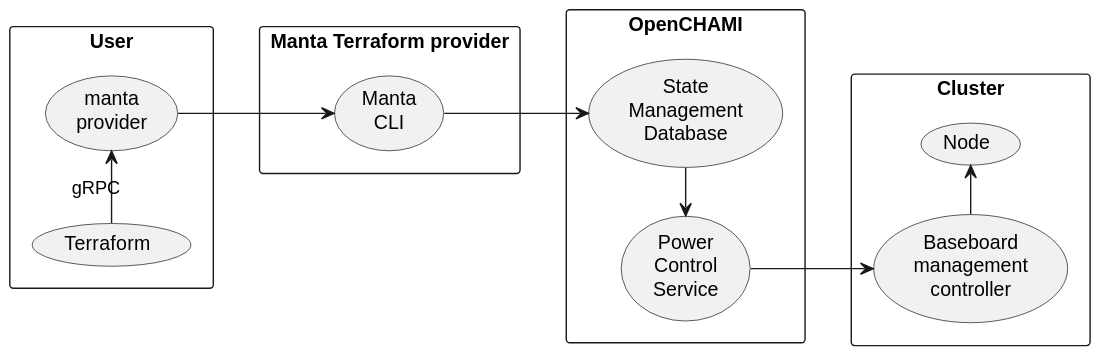
Before: assets/deployment-terraform-provider-manta.svg, a diagram exported from PlantUML (eth-cscs/terraform-provider-manta). Its source is kept beside it as assets/deployment-terraform-provider-manta.plantuml.
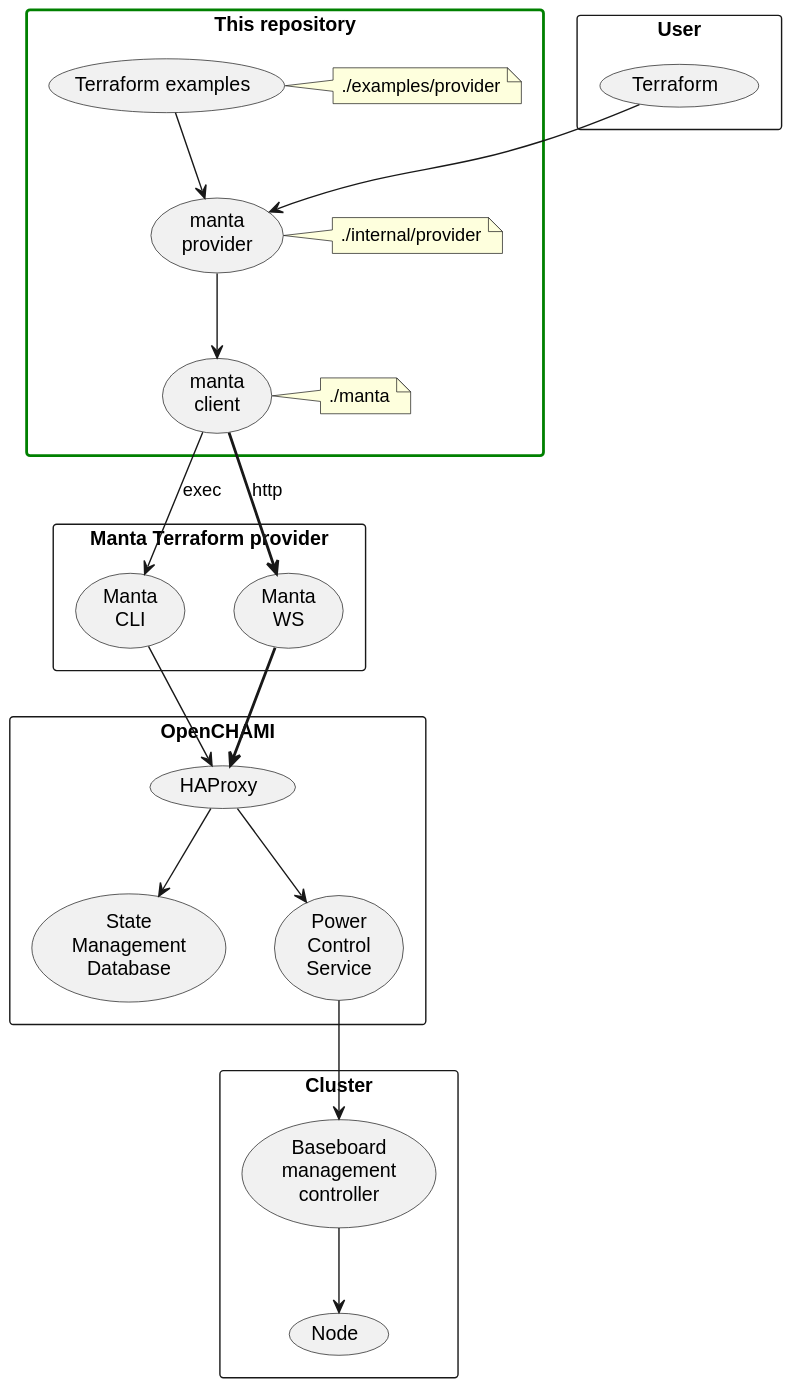
After the change.

Commit message:
docs: update deployment diagram

Change to the diagram source:
```diff
@@ -1,19 +1,27 @@
 @startuml
-
-left to right direction
 
 rectangle pc as "User" {
   (terraform) as "Terraform"
-  (terraform_provider) as "manta\nprovider"
+}
+
+rectangle repo as "This repository" #line.bold;line:green {
+  (terraform_examples) as "Terraform examples"
+  note right of terraform_examples: ./examples/provider
+  (terraform_manta_provider) as "manta\nprovider"
+  note right of terraform_manta_provider: ./internal/provider
+  (terraform_manta_client) as "manta\nclient"
+  note right of terraform_manta_client: ./manta
 }
 
 rectangle manta_terraform_provider as "Manta Terraform provider" {
-  (manta) as "Manta\nCLI"
+  (mantacli) as "Manta\nCLI"
+  (mantaws) as "Manta\nWS"
 }
 
 rectangle openchami as "OpenCHAMI" {
+  (smd) as "State\nManagement\nDatabase"
   (pcs) as "Power\nControl\nService"
-  (smd) as "State\nManagement\nDatabase"
+  (haproxy) as "HAProxy"
 }
 
 rectangle cluster as "Cluster" {
@@ -21,11 +29,16 @@
   (node) as "Node"
 }
 
-terraform -> terraform_provider : gRPC
-terraform_provider --> manta
-manta --> smd
-smd -left-> pcs
+terraform --> terraform_manta_provider
+terraform_examples --> terraform_manta_provider
+terraform_manta_provider --> terraform_manta_client
+terraform_manta_client --> mantacli : exec
+terraform_manta_client --> mantaws #line.bold : http
+mantacli --> haproxy
+mantaws --> haproxy #line.bold
+haproxy --> smd
+haproxy --> pcs
 pcs --> bmc
-bmc -> node
+bmc --> node
 
 @enduml
```
